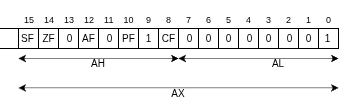
This is tesi/Images/saveFlags3.png from sk0x53/Tesi, a draw.io export, as it was before one commit. Source tidied: cells renumbered, new cells last; positions are measured from the earlier drawing's top-left corner, leaving out a move shared by most shapes. Source of this version:
```xml
<mxGraphModel>
  <root>
    <mxCell id="0" />
    <mxCell id="1" parent="0" />
    <mxCell id="2" style="endArrow=none;html=1;rounded=0;" parent="1" edge="1">
      <mxGeometry relative="1" as="geometry">
        <mxPoint y="30" as="sourcePoint" />
        <mxPoint x="340.5" y="30" as="targetPoint" />
      </mxGeometry>
    </mxCell>
    <mxCell id="3" style="endArrow=none;html=1;rounded=0;" parent="1" edge="1">
      <mxGeometry relative="1" as="geometry">
        <mxPoint y="50" as="sourcePoint" />
        <mxPoint x="340.5" y="50" as="targetPoint" />
      </mxGeometry>
    </mxCell>
    <mxCell id="4" style="endArrow=none;html=1;rounded=0;" parent="1" edge="1">
      <mxGeometry relative="1" as="geometry">
        <mxPoint x="340" y="50" as="sourcePoint" />
        <mxPoint x="340" y="30" as="targetPoint" />
      </mxGeometry>
    </mxCell>
    <mxCell id="5" style="endArrow=classic;startArrow=classic;html=1;rounded=0;strokeWidth=0.5;" parent="1" edge="1">
      <mxGeometry relative="1" as="geometry">
        <mxPoint x="180" y="60" as="sourcePoint" />
        <mxPoint x="340" y="60" as="targetPoint" />
      </mxGeometry>
    </mxCell>
    <mxCell id="6" style="endArrow=classic;startArrow=classic;html=1;rounded=0;strokeWidth=0.5;" parent="1" edge="1">
      <mxGeometry relative="1" as="geometry">
        <mxPoint x="20" y="89.4" as="sourcePoint" />
        <mxPoint x="340" y="89.4" as="targetPoint" />
      </mxGeometry>
    </mxCell>
    <mxCell id="7" style="endArrow=none;html=1;rounded=0;" parent="1" edge="1">
      <mxGeometry relative="1" as="geometry">
        <mxPoint x="320" y="50" as="sourcePoint" />
        <mxPoint x="320" y="30" as="targetPoint" />
      </mxGeometry>
    </mxCell>
    <mxCell id="8" style="endArrow=none;html=1;rounded=0;" parent="1" edge="1">
      <mxGeometry relative="1" as="geometry">
        <mxPoint x="300" y="50" as="sourcePoint" />
        <mxPoint x="300" y="30" as="targetPoint" />
      </mxGeometry>
    </mxCell>
    <mxCell id="9" style="endArrow=none;html=1;rounded=0;" parent="1" edge="1">
      <mxGeometry relative="1" as="geometry">
        <mxPoint x="280" y="50" as="sourcePoint" />
        <mxPoint x="280" y="30" as="targetPoint" />
      </mxGeometry>
    </mxCell>
    <mxCell id="10" style="endArrow=none;html=1;rounded=0;" parent="1" edge="1">
      <mxGeometry relative="1" as="geometry">
        <mxPoint x="260" y="50" as="sourcePoint" />
        <mxPoint x="260" y="30" as="targetPoint" />
      </mxGeometry>
    </mxCell>
    <mxCell id="11" style="endArrow=none;html=1;rounded=0;" parent="1" edge="1">
      <mxGeometry relative="1" as="geometry">
        <mxPoint x="240" y="50" as="sourcePoint" />
        <mxPoint x="240" y="30" as="targetPoint" />
      </mxGeometry>
    </mxCell>
    <mxCell id="12" style="endArrow=none;html=1;rounded=0;" parent="1" edge="1">
      <mxGeometry relative="1" as="geometry">
        <mxPoint x="220" y="50" as="sourcePoint" />
        <mxPoint x="220" y="30" as="targetPoint" />
      </mxGeometry>
    </mxCell>
    <mxCell id="13" style="endArrow=none;html=1;rounded=0;" parent="1" edge="1">
      <mxGeometry relative="1" as="geometry">
        <mxPoint x="200" y="50" as="sourcePoint" />
        <mxPoint x="200" y="30" as="targetPoint" />
      </mxGeometry>
    </mxCell>
    <mxCell id="14" style="endArrow=none;html=1;rounded=0;" parent="1" edge="1">
      <mxGeometry relative="1" as="geometry">
        <mxPoint x="180" y="50" as="sourcePoint" />
        <mxPoint x="180" y="30" as="targetPoint" />
      </mxGeometry>
    </mxCell>
    <mxCell id="15" style="endArrow=none;html=1;rounded=0;" parent="1" edge="1">
      <mxGeometry relative="1" as="geometry">
        <mxPoint x="160" y="50" as="sourcePoint" />
        <mxPoint x="160" y="30" as="targetPoint" />
      </mxGeometry>
    </mxCell>
    <mxCell id="16" style="endArrow=none;html=1;rounded=0;" parent="1" edge="1">
      <mxGeometry relative="1" as="geometry">
        <mxPoint x="140" y="50" as="sourcePoint" />
        <mxPoint x="140" y="30" as="targetPoint" />
      </mxGeometry>
    </mxCell>
    <mxCell id="17" style="endArrow=none;html=1;rounded=0;" parent="1" edge="1">
      <mxGeometry relative="1" as="geometry">
        <mxPoint x="120" y="50" as="sourcePoint" />
        <mxPoint x="120" y="30" as="targetPoint" />
      </mxGeometry>
    </mxCell>
    <mxCell id="18" style="endArrow=none;html=1;rounded=0;" parent="1" edge="1">
      <mxGeometry relative="1" as="geometry">
        <mxPoint x="100" y="50" as="sourcePoint" />
        <mxPoint x="100" y="30" as="targetPoint" />
      </mxGeometry>
    </mxCell>
    <mxCell id="19" style="endArrow=none;html=1;rounded=0;" parent="1" edge="1">
      <mxGeometry relative="1" as="geometry">
        <mxPoint x="80" y="50" as="sourcePoint" />
        <mxPoint x="80" y="30" as="targetPoint" />
      </mxGeometry>
    </mxCell>
    <mxCell id="20" style="endArrow=none;html=1;rounded=0;" parent="1" edge="1">
      <mxGeometry relative="1" as="geometry">
        <mxPoint x="60" y="50" as="sourcePoint" />
        <mxPoint x="60" y="30" as="targetPoint" />
      </mxGeometry>
    </mxCell>
    <mxCell id="21" style="endArrow=none;html=1;rounded=0;" parent="1" edge="1">
      <mxGeometry relative="1" as="geometry">
        <mxPoint x="40" y="50" as="sourcePoint" />
        <mxPoint x="40" y="30" as="targetPoint" />
      </mxGeometry>
    </mxCell>
    <mxCell id="22" style="endArrow=none;html=1;rounded=0;" parent="1" edge="1">
      <mxGeometry relative="1" as="geometry">
        <mxPoint x="20" y="50" as="sourcePoint" />
        <mxPoint x="20" y="30" as="targetPoint" />
      </mxGeometry>
    </mxCell>
    <mxCell id="23" value="15&amp;nbsp; &amp;nbsp; 14&amp;nbsp; &amp;nbsp; 13&amp;nbsp; &amp;nbsp; 12&amp;nbsp; &amp;nbsp; 11&amp;nbsp; &amp;nbsp; 10&amp;nbsp; &amp;nbsp; &amp;nbsp;9&amp;nbsp; &amp;nbsp; &amp;nbsp; 8&amp;nbsp; &amp;nbsp; &amp;nbsp; 7&amp;nbsp; &amp;nbsp; &amp;nbsp; 6&amp;nbsp; &amp;nbsp; &amp;nbsp; 5&amp;nbsp; &amp;nbsp; &amp;nbsp; 4&amp;nbsp; &amp;nbsp; &amp;nbsp; 3&amp;nbsp; &amp;nbsp; &amp;nbsp; 2&amp;nbsp; &amp;nbsp; &amp;nbsp; 1&amp;nbsp; &amp;nbsp; &amp;nbsp; 0&amp;nbsp;&amp;nbsp;" style="text;html=1;whiteSpace=wrap;strokeColor=none;fillColor=none;align=right;verticalAlign=bottom;rounded=0;fontSize=9;" parent="1" vertex="1">
      <mxGeometry x="19" width="321" height="30" as="geometry" />
    </mxCell>
    <mxCell id="24" style="endArrow=classic;startArrow=classic;html=1;rounded=0;strokeWidth=0.5;" parent="1" edge="1">
      <mxGeometry relative="1" as="geometry">
        <mxPoint x="20" y="60" as="sourcePoint" />
        <mxPoint x="180" y="60" as="targetPoint" />
      </mxGeometry>
    </mxCell>
    <mxCell id="25" value="AL" style="text;html=1;whiteSpace=wrap;strokeColor=none;fillColor=none;align=center;verticalAlign=middle;rounded=0;fontSize=10;" parent="1" vertex="1">
      <mxGeometry x="250" y="50" width="60" height="30" as="geometry" />
    </mxCell>
    <mxCell id="26" value="AH" style="text;html=1;whiteSpace=wrap;strokeColor=none;fillColor=none;align=center;verticalAlign=middle;rounded=0;fontSize=10;" parent="1" vertex="1">
      <mxGeometry x="70" y="50" width="60" height="30" as="geometry" />
    </mxCell>
    <mxCell id="27" value="AX" style="text;html=1;whiteSpace=wrap;strokeColor=none;fillColor=none;align=center;verticalAlign=middle;rounded=0;fontSize=10;" parent="1" vertex="1">
      <mxGeometry x="150" y="80" width="60" height="30" as="geometry" />
    </mxCell>
    <mxCell id="28" value="SF" style="text;html=1;whiteSpace=wrap;strokeColor=none;fillColor=none;align=center;verticalAlign=middle;rounded=0;fontSize=10;" parent="1" vertex="1">
      <mxGeometry x="19" y="30" width="21" height="20" as="geometry" />
    </mxCell>
    <mxCell id="29" value="ZF" style="text;html=1;whiteSpace=wrap;strokeColor=none;fillColor=none;align=center;verticalAlign=middle;rounded=0;fontSize=10;" parent="1" vertex="1">
      <mxGeometry x="40" y="30" width="21" height="20" as="geometry" />
    </mxCell>
    <mxCell id="30" value="0" style="text;html=1;whiteSpace=wrap;strokeColor=none;fillColor=none;align=center;verticalAlign=middle;rounded=0;fontSize=10;" parent="1" vertex="1">
      <mxGeometry x="61" y="30" width="21" height="20" as="geometry" />
    </mxCell>
    <mxCell id="31" value="AF" style="text;html=1;whiteSpace=wrap;strokeColor=none;fillColor=none;align=center;verticalAlign=middle;rounded=0;fontSize=10;" parent="1" vertex="1">
      <mxGeometry x="80" y="30" width="21" height="20" as="geometry" />
    </mxCell>
    <mxCell id="32" value="0" style="text;html=1;whiteSpace=wrap;strokeColor=none;fillColor=none;align=center;verticalAlign=middle;rounded=0;fontSize=10;" parent="1" vertex="1">
      <mxGeometry x="101" y="30" width="21" height="20" as="geometry" />
    </mxCell>
    <mxCell id="33" value="PF" style="text;html=1;whiteSpace=wrap;strokeColor=none;fillColor=none;align=center;verticalAlign=middle;rounded=0;fontSize=10;" parent="1" vertex="1">
      <mxGeometry x="120" y="30" width="21" height="20" as="geometry" />
    </mxCell>
    <mxCell id="34" value="1" style="text;html=1;whiteSpace=wrap;strokeColor=none;fillColor=none;align=center;verticalAlign=middle;rounded=0;fontSize=10;" parent="1" vertex="1">
      <mxGeometry x="140" y="30" width="21" height="20" as="geometry" />
    </mxCell>
    <mxCell id="35" value="CF" style="text;html=1;whiteSpace=wrap;strokeColor=none;fillColor=none;align=center;verticalAlign=middle;rounded=0;fontSize=10;" parent="1" vertex="1">
      <mxGeometry x="160" y="30" width="21" height="20" as="geometry" />
    </mxCell>
    <mxCell id="36" value="0" style="text;html=1;whiteSpace=wrap;strokeColor=none;fillColor=none;align=center;verticalAlign=middle;rounded=0;fontSize=10;" parent="1" vertex="1">
      <mxGeometry x="181" y="30" width="21" height="20" as="geometry" />
    </mxCell>
    <mxCell id="37" value="0" style="text;html=1;whiteSpace=wrap;strokeColor=none;fillColor=none;align=center;verticalAlign=middle;rounded=0;fontSize=10;" parent="1" vertex="1">
      <mxGeometry x="200" y="30" width="21" height="20" as="geometry" />
    </mxCell>
    <mxCell id="38" value="0" style="text;html=1;whiteSpace=wrap;strokeColor=none;fillColor=none;align=center;verticalAlign=middle;rounded=0;fontSize=10;" parent="1" vertex="1">
      <mxGeometry x="220" y="30" width="21" height="20" as="geometry" />
    </mxCell>
    <mxCell id="39" value="0" style="text;html=1;whiteSpace=wrap;strokeColor=none;fillColor=none;align=center;verticalAlign=middle;rounded=0;fontSize=10;" parent="1" vertex="1">
      <mxGeometry x="241" y="30" width="21" height="20" as="geometry" />
    </mxCell>
    <mxCell id="40" value="0" style="text;html=1;whiteSpace=wrap;strokeColor=none;fillColor=none;align=center;verticalAlign=middle;rounded=0;fontSize=10;" parent="1" vertex="1">
      <mxGeometry x="260" y="30" width="21" height="20" as="geometry" />
    </mxCell>
    <mxCell id="41" value="0" style="text;html=1;whiteSpace=wrap;strokeColor=none;fillColor=none;align=center;verticalAlign=middle;rounded=0;fontSize=10;" parent="1" vertex="1">
      <mxGeometry x="281" y="30" width="21" height="20" as="geometry" />
    </mxCell>
    <mxCell id="42" value="0" style="text;html=1;whiteSpace=wrap;strokeColor=none;fillColor=none;align=center;verticalAlign=middle;rounded=0;fontSize=10;" parent="1" vertex="1">
      <mxGeometry x="300" y="30" width="21" height="20" as="geometry" />
    </mxCell>
    <mxCell id="43" value="1" style="text;html=1;whiteSpace=wrap;strokeColor=none;fillColor=none;align=center;verticalAlign=middle;rounded=0;fontSize=10;" parent="1" vertex="1">
      <mxGeometry x="319" y="30" width="21" height="20" as="geometry" />
    </mxCell>
  </root>
</mxGraphModel>
```
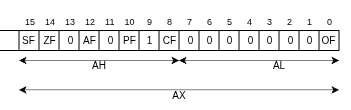
Above is the later version.

What changed in the source:
```diff
@@ -191,7 +191,7 @@
     <mxCell id="42" value="0" style="text;html=1;whiteSpace=wrap;strokeColor=none;fillColor=none;align=center;verticalAlign=middle;rounded=0;fontSize=10;" parent="1" vertex="1">
       <mxGeometry x="300" y="30" width="21" height="20" as="geometry" />
     </mxCell>
-    <mxCell id="43" value="1" style="text;html=1;whiteSpace=wrap;strokeColor=none;fillColor=none;align=center;verticalAlign=middle;rounded=0;fontSize=10;" parent="1" vertex="1">
+    <mxCell id="43" value="OF" style="text;html=1;whiteSpace=wrap;strokeColor=none;fillColor=none;align=center;verticalAlign=middle;rounded=0;fontSize=10;" parent="1" vertex="1">
       <mxGeometry x="319" y="30" width="21" height="20" as="geometry" />
     </mxCell>
   </root>
```
